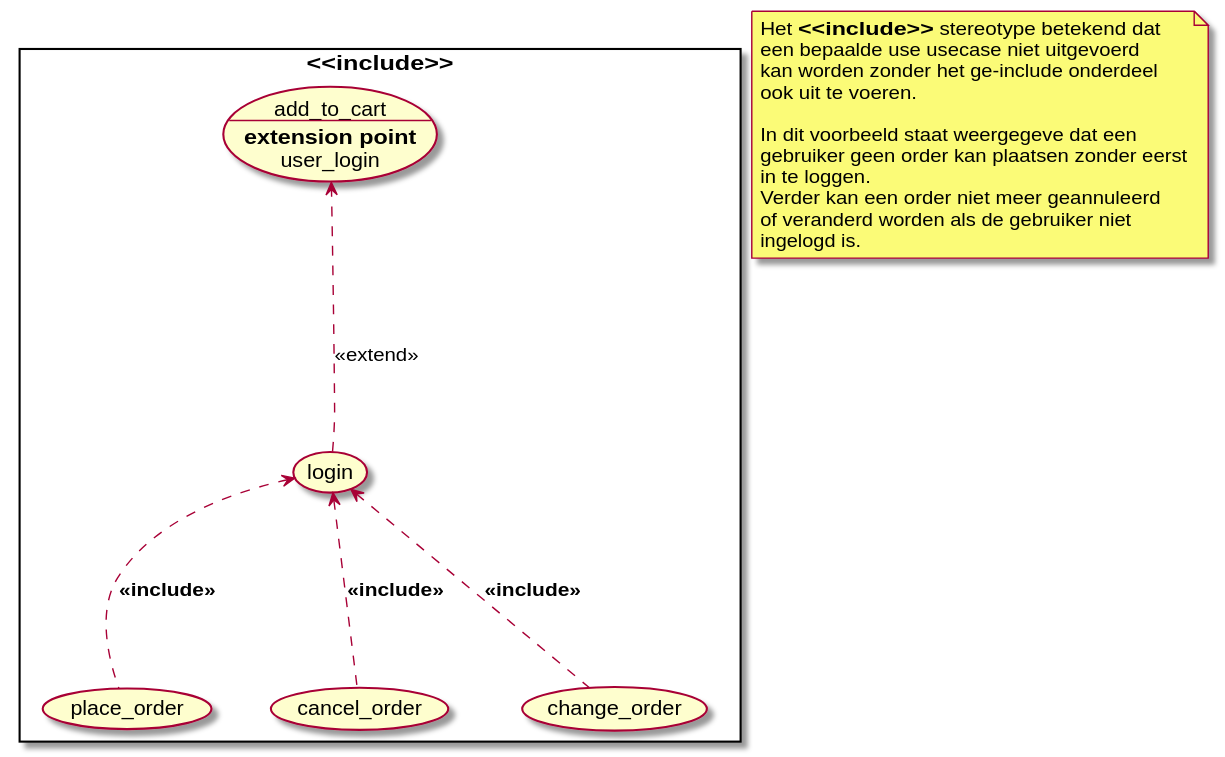
Before: export/use_case/include.svg, a diagram exported from PlantUML (LukevLuijn/cheat_sheet_osm_mo).
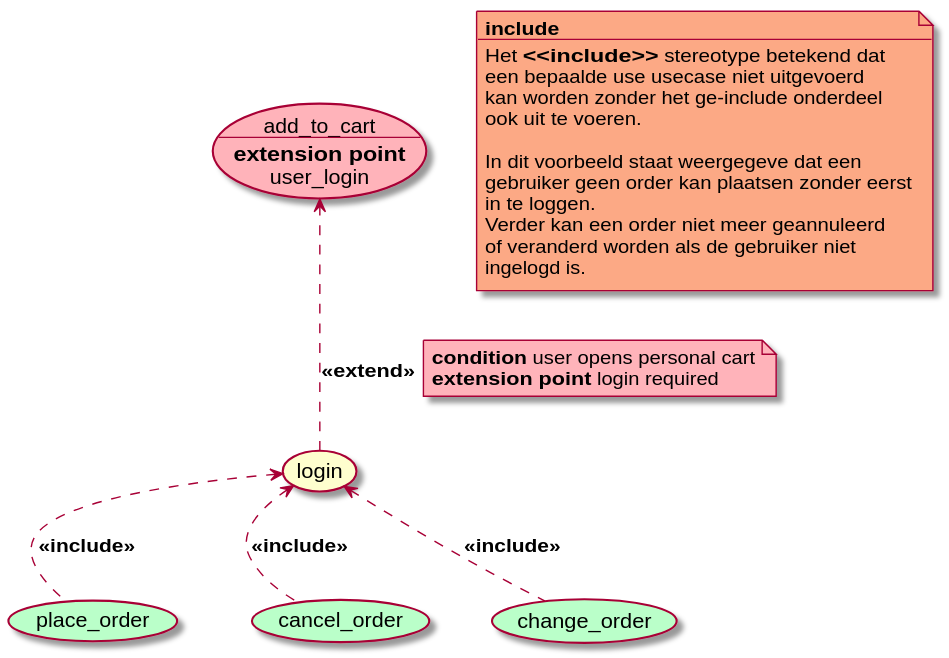
The same file after the commit.

What changed in the source:
```diff
@@ -1,26 +1,28 @@
 @startuml
 
-rectangle r1 as "<<include>>"{
-    usecase r1_uc1 as "place_order"
-    usecase r1_uc2 as "cancel_order"
-    usecase r1_uc3 as "change_order"
-    usecase r1_uc4 as "add_to_cart
+usecase usecase1 as "place_order" #BAFFC9
+usecase usecase2 as "cancel_order" #BAFFC9
+usecase usecase3 as "change_order" #BAFFC9
+usecase usecase4 as "add_to_cart\n--\n**extension point**\nuser_login" #FFB3BA
+usecase usecase5 as "login"
+
+usecase5 <.. usecase1 : **<<include>>**
+usecase5 <.. usecase2 : **<<include>>**
+usecase5 <.. usecase3 : **<<include>>**
+usecase5 ..> usecase4 : **<<extend>>**
+note right on link #FFB3BA
+    **condition** user opens personal cart
+    **extension point** login required
+end note
+
+usecase1 -[hidden]down-> usecase5
+usecase2 -[hidden]down-> usecase5
+usecase3 -[hidden]down-> usecase5
+usecase4 -[hidden]right-> usecase5
+
+note as n1 #FCA985
+    **include**
     --
-    **extension point**
-    user_login"
-    usecase r1_uc5 as "login"
-
-    r1_uc5 <.. r1_uc1 : **<<include>>**
-    r1_uc5 <.. r1_uc2 : **<<include>>**
-    r1_uc5 <.. r1_uc3 : **<<include>>**
-    r1_uc5 ..> r1_uc4 : <<extend>>
-
-    r1_uc1 -[hidden]down-> r1_uc5
-    r1_uc2 -[hidden]down-> r1_uc5
-    r1_uc3 -[hidden]down-> r1_uc5
-    r1_uc4 -[hidden]right-> r1_uc5
-}
-note as n1
     Het **<<include>>** stereotype betekend dat
     een bepaalde use usecase niet uitgevoerd
     kan worden zonder het ge-include onderdeel
```
